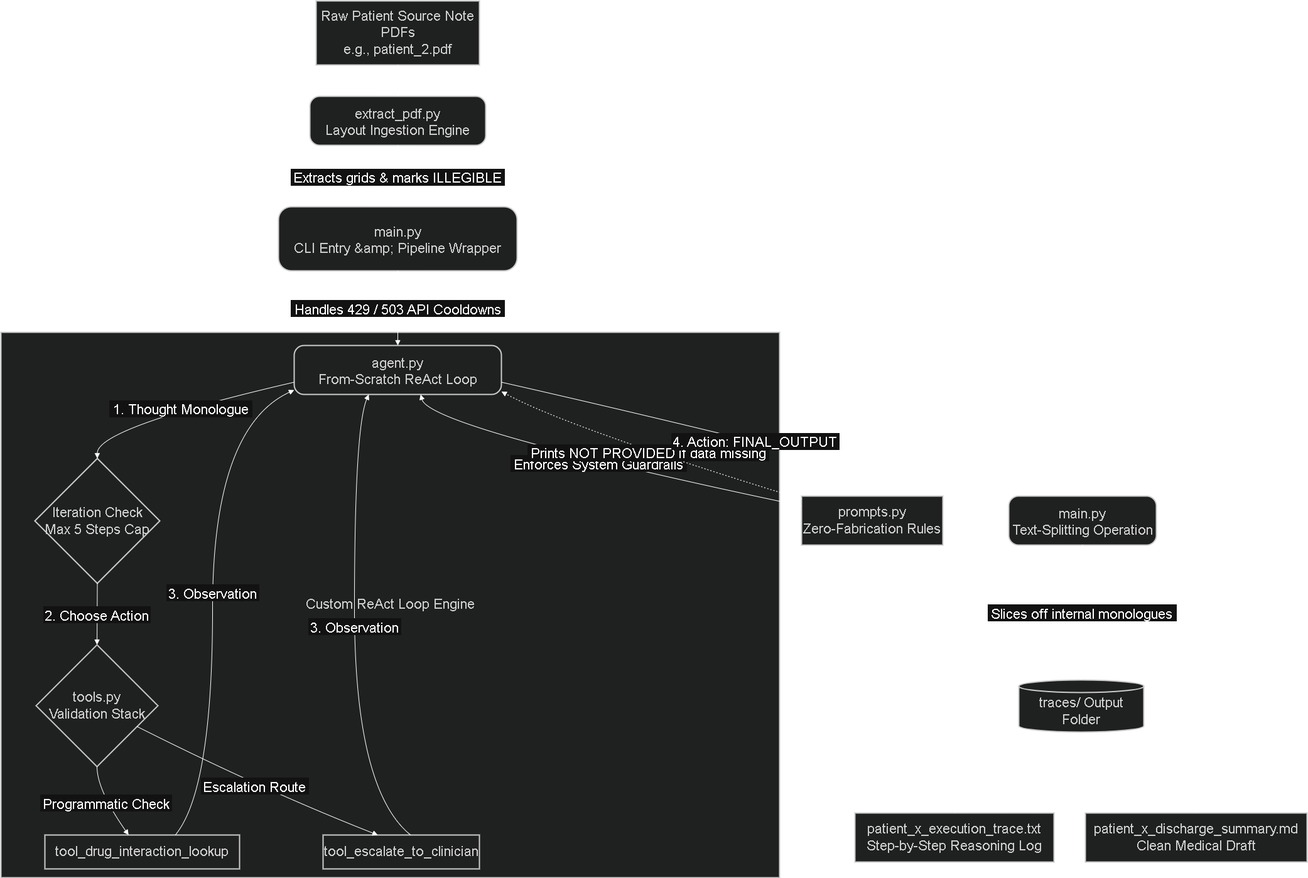
Earlier version of the draw.io export Describe_Discharge_Agent.png (karthik-k11/dscribe-discharge-agent). Source tidied: cells renumbered, new cells last; positions are measured from the earlier drawing's top-left corner, leaving out a move shared by most shapes.
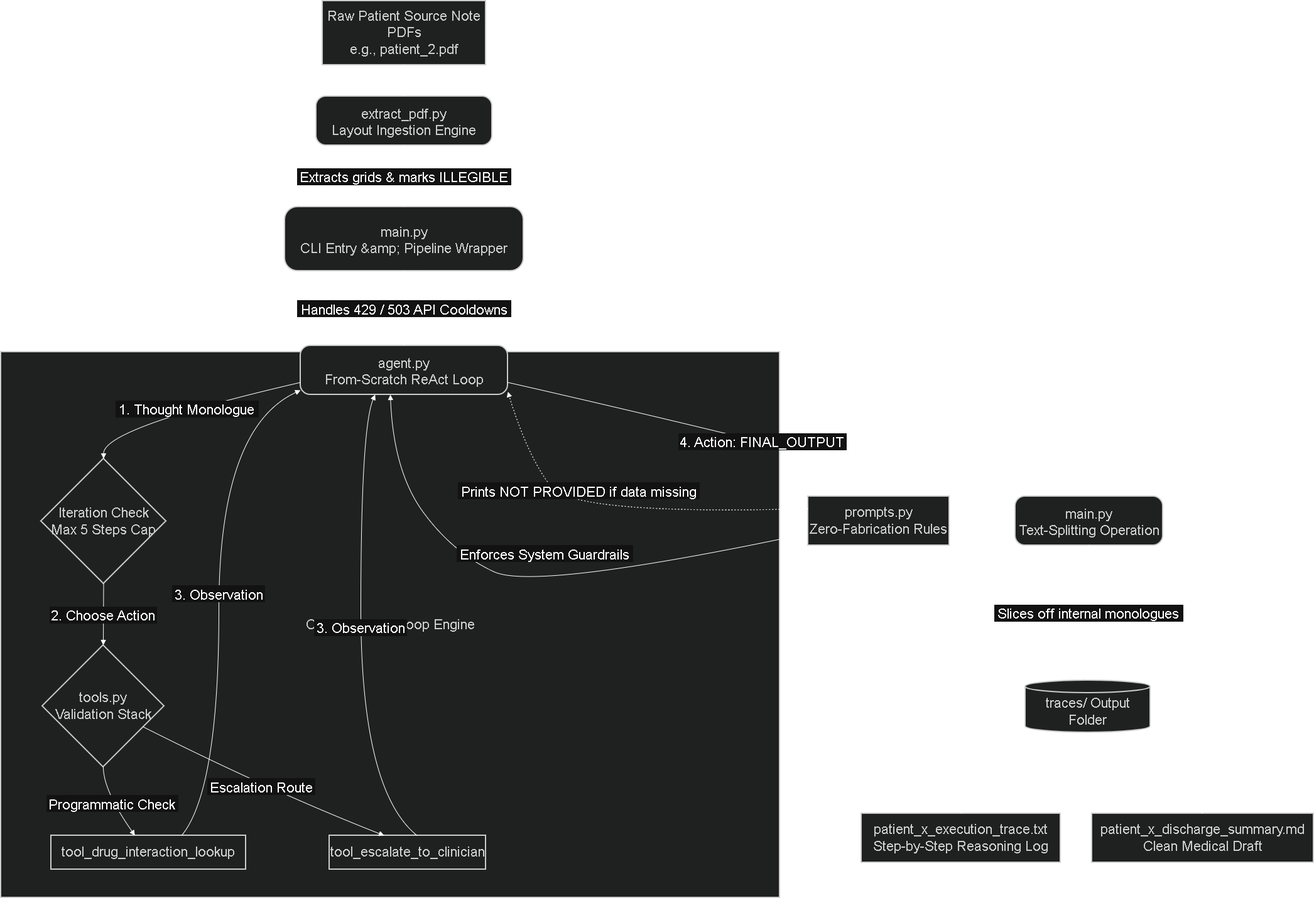
After the change.

Commit message:
New architecture Diagram added

Diff of the diagram source:
```diff
@@ -3,7 +3,7 @@
     <mxCell id="0" />
     <mxCell id="1" parent="0" />
     <mxCell id="2" value="Custom ReAct Loop Engine" style="whiteSpace=wrap;strokeWidth=2;fillColor=light-dark(#eeeeee,#1f2020);strokeColor=light-dark(#999999,#cccccc);fontColor=light-dark(#333333,#cccccc);fontSize=22;" parent="1" vertex="1">
-      <mxGeometry y="528" width="1240" height="869" as="geometry" />
+      <mxGeometry x="-10" y="559" width="1240" height="869" as="geometry" />
     </mxCell>
     <mxCell id="3" value="Raw Patient Source Note PDFs&#10;e.g., patient_2.pdf" style="whiteSpace=wrap;strokeWidth=2;fillColor=light-dark(#eeeeee,#1f2020);strokeColor=light-dark(#999999,#cccccc);fontColor=light-dark(#333333,#cccccc);fontSize=22;" parent="1" vertex="1">
       <mxGeometry x="502" width="260" height="102" as="geometry" />
@@ -93,18 +93,25 @@
         </Array>
       </mxGeometry>
     </mxCell>
-    <mxCell id="25" value="Enforces System Guardrails" style="curved=1;startArrow=block;endArrow=block;exitX=0.61;exitY=1;entryX=0;entryY=0.2;rounded=0;fontSize=22;" parent="1" edge="1" source="6" target="11">
-      <mxGeometry relative="1" as="geometry">
+    <mxCell id="25" value="Enforces System Guardrails" style="curved=1;startArrow=block;endArrow=block;exitX=0.524;exitY=0.081;rounded=0;fontSize=22;exitDx=0;exitDy=0;exitPerimeter=0;" parent="1" edge="1">
+      <mxGeometry x="0.05" y="55" relative="1" as="geometry">
+        <mxPoint x="610" y="627" as="sourcePoint" />
+        <mxPoint x="1270" y="849" as="targetPoint" />
         <Array as="points">
-          <mxPoint x="683" y="680" />
+          <mxPoint x="614.9" y="749.6" />
+          <mxPoint x="710" y="879" />
+          <mxPoint x="840" y="939" />
         </Array>
+        <mxPoint x="1" as="offset" />
       </mxGeometry>
     </mxCell>
-    <mxCell id="26" value="Prints NOT PROVIDED if data missing" style="curved=1;dashed=1;dashPattern=2 3;startArrow=none;endArrow=block;exitX=0;exitY=0.06;entryX=1;entryY=0.94;rounded=0;fontSize=22;" parent="1" edge="1" source="11" target="6">
-      <mxGeometry relative="1" as="geometry">
+    <mxCell id="26" value="Prints NOT PROVIDED if data missing" style="curved=1;dashed=1;dashPattern=2 3;startArrow=none;endArrow=block;exitX=0;exitY=0.25;entryX=1;entryY=0.94;rounded=0;fontSize=22;exitDx=0;exitDy=0;" parent="1" edge="1" source="11" target="6">
+      <mxGeometry x="0.33" y="-31" relative="1" as="geometry">
         <Array as="points">
-          <mxPoint x="903" y="680" />
+          <mxPoint x="903" y="819" />
+          <mxPoint x="830" y="729" />
         </Array>
+        <mxPoint y="1" as="offset" />
       </mxGeometry>
     </mxCell>
     <mxCell id="27" value="4. Action: FINAL_OUTPUT" style="curved=1;startArrow=none;endArrow=block;exitX=1;exitY=0.75;entryX=0;entryY=0.17;rounded=0;fontSize=22;" parent="1" edge="1" source="6" target="12">
```
